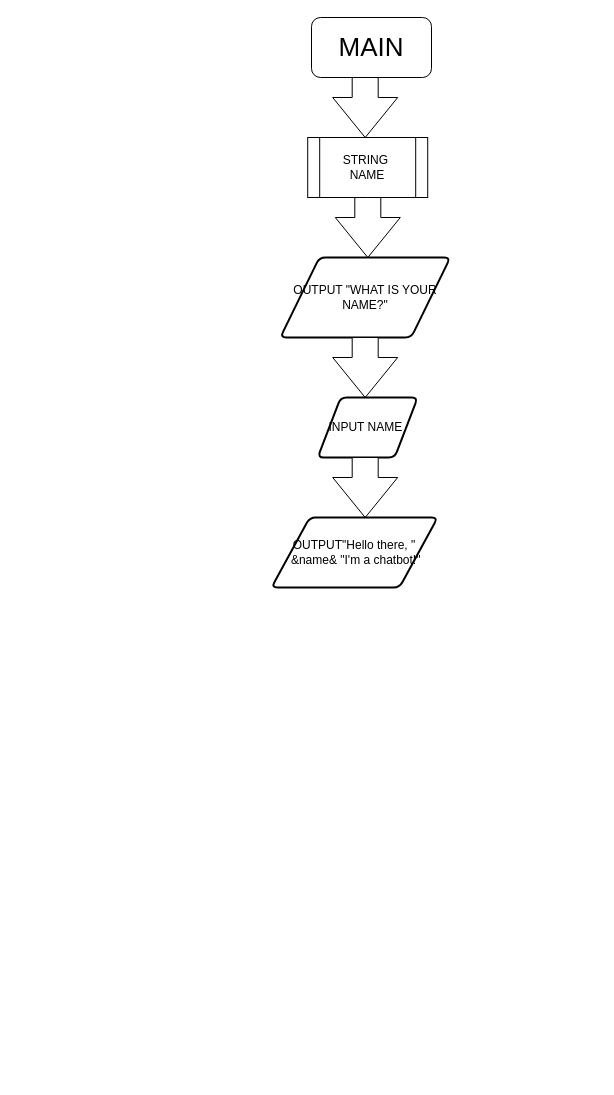
Before: Enhanced chatbot.drawio in DritsonDrouwow/code, a draw.io diagram. Source tidied: cells renumbered, new cells numbered last; positions are measured from the earlier drawing's top-left corner, leaving out a move shared by most shapes. Both pictures are drawn from the tidied source at 100%, with x=0, y=0 at pixel (271, 17).
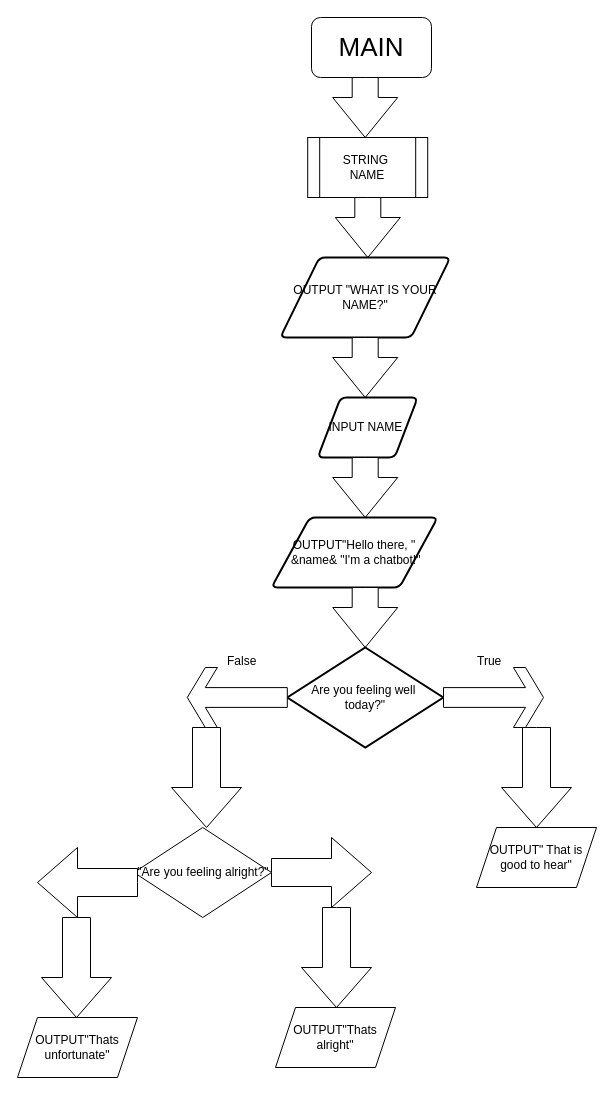
Above is the later version.

What changed in the source:
```diff
@@
+    <mxCell id="11" style="html=1;shadow=0;dashed=0;align=center;verticalAlign=middle;shape=mxgraph.arrows2.arrow;dy=0.6;dx=40;direction=south;notch=0;" parent="1" vertex="1">
+      <mxGeometry x="61.2" y="570" width="65" height="60" as="geometry" />
+    </mxCell>
+    <mxCell id="12" value="Are you feeling well&amp;nbsp;&lt;div&gt;today?&quot;&lt;/div&gt;" style="strokeWidth=2;html=1;shape=mxgraph.flowchart.decision;whiteSpace=wrap;" parent="1" vertex="1">
+      <mxGeometry x="15.8" y="630" width="156" height="100" as="geometry" />
+    </mxCell>
+    <mxCell id="13" style="html=1;shadow=0;dashed=0;align=center;verticalAlign=middle;shape=mxgraph.arrows2.sharpArrow;dy1=0.67;dx1=18;dx2=18;notch=0;" parent="1" vertex="1">
+      <mxGeometry x="172" y="650" width="100" height="60" as="geometry" />
+    </mxCell>
+    <mxCell id="14" style="html=1;shadow=0;dashed=0;align=center;verticalAlign=middle;shape=mxgraph.arrows2.sharpArrow;dy1=0.67;dx1=18;dx2=18;notch=0;rotation=-180;" parent="1" vertex="1">
+      <mxGeometry x="-84.2" y="650" width="100" height="60" as="geometry" />
+    </mxCell>
+    <mxCell id="15" style="html=1;shadow=0;dashed=0;align=center;verticalAlign=middle;shape=mxgraph.arrows2.arrow;dy=0.6;dx=40;direction=south;notch=0;" parent="1" vertex="1">
+      <mxGeometry x="230" y="710" width="70" height="100" as="geometry" />
+    </mxCell>
+    <mxCell id="16" style="html=1;shadow=0;dashed=0;align=center;verticalAlign=middle;shape=mxgraph.arrows2.arrow;dy=0.6;dx=40;direction=south;notch=0;" parent="1" vertex="1">
+      <mxGeometry x="-100" y="710" width="70" height="100" as="geometry" />
+    </mxCell>
+    <mxCell id="17" value="True" style="text;strokeColor=none;fillColor=none;spacingLeft=4;spacingRight=4;overflow=hidden;fontSize=12;whiteSpace=wrap;html=1;" parent="1" vertex="1">
+      <mxGeometry x="200" y="630" width="40" height="30" as="geometry" />
+    </mxCell>
+    <mxCell id="18" value="False" style="text;strokeColor=none;fillColor=none;spacingLeft=4;spacingRight=4;overflow=hidden;fontSize=12;whiteSpace=wrap;html=1;" parent="1" vertex="1">
+      <mxGeometry x="-50" y="630" width="40" height="30" as="geometry" />
+    </mxCell>
+    <mxCell id="19" value="OUTPUT&quot; That is good to hear&quot;" style="shape=parallelogram;perimeter=parallelogramPerimeter;whiteSpace=wrap;html=1;fixedSize=1;" parent="1" vertex="1">
+      <mxGeometry x="205" y="810" width="120" height="60" as="geometry" />
+    </mxCell>
+    <mxCell id="20" value="&quot;Are you feeling alright?&quot;" style="rhombus;whiteSpace=wrap;html=1;" parent="1" vertex="1">
+      <mxGeometry x="-137.5" y="810" width="137.5" height="90" as="geometry" />
+    </mxCell>
+    <mxCell id="21" style="html=1;shadow=0;dashed=0;align=center;verticalAlign=middle;shape=mxgraph.arrows2.arrow;dy=0.6;dx=40;notch=0;" parent="1" vertex="1">
+      <mxGeometry y="820" width="100" height="70" as="geometry" />
+    </mxCell>
+    <mxCell id="22" style="html=1;shadow=0;dashed=0;align=center;verticalAlign=middle;shape=mxgraph.arrows2.arrow;dy=0.6;dx=40;flipH=1;notch=0;" parent="1" vertex="1">
+      <mxGeometry x="-234" y="830" width="100" height="70" as="geometry" />
+    </mxCell>
+    <mxCell id="23" style="html=1;shadow=0;dashed=0;align=center;verticalAlign=middle;shape=mxgraph.arrows2.arrow;dy=0.6;dx=40;direction=south;notch=0;" parent="1" vertex="1">
+      <mxGeometry x="30" y="890" width="70" height="100" as="geometry" />
+    </mxCell>
+    <mxCell id="24" style="html=1;shadow=0;dashed=0;align=center;verticalAlign=middle;shape=mxgraph.arrows2.arrow;dy=0.6;dx=40;direction=south;notch=0;" parent="1" vertex="1">
+      <mxGeometry x="-230" y="900" width="70" height="100" as="geometry" />
+    </mxCell>
+    <mxCell id="25" value="OUTPUT&quot;Thats alright&quot;" style="shape=parallelogram;perimeter=parallelogramPerimeter;whiteSpace=wrap;html=1;fixedSize=1;" parent="1" vertex="1">
+      <mxGeometry x="4" y="990" width="120" height="60" as="geometry" />
+    </mxCell>
+    <mxCell id="26" value="OUTPUT&quot;Thats unfortunate&quot;" style="shape=parallelogram;perimeter=parallelogramPerimeter;whiteSpace=wrap;html=1;fixedSize=1;" parent="1" vertex="1">
+      <mxGeometry x="-254" y="1000" width="120" height="60" as="geometry" />
+    </mxCell>
```
